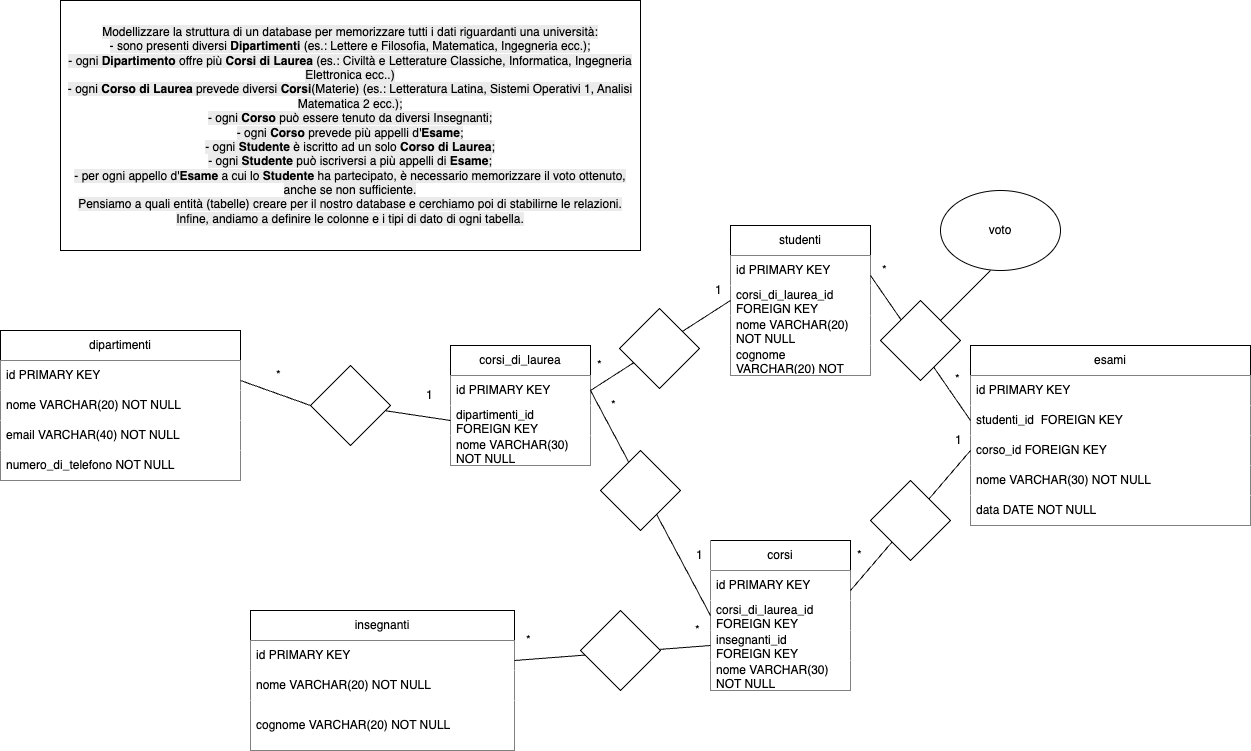
Earlier version of the draw.io export db-university.png (nicomanunta/db-university). Source tidied: cells renumbered, new cells last; positions are measured from the earlier drawing's top-left corner, leaving out a move shared by most shapes.
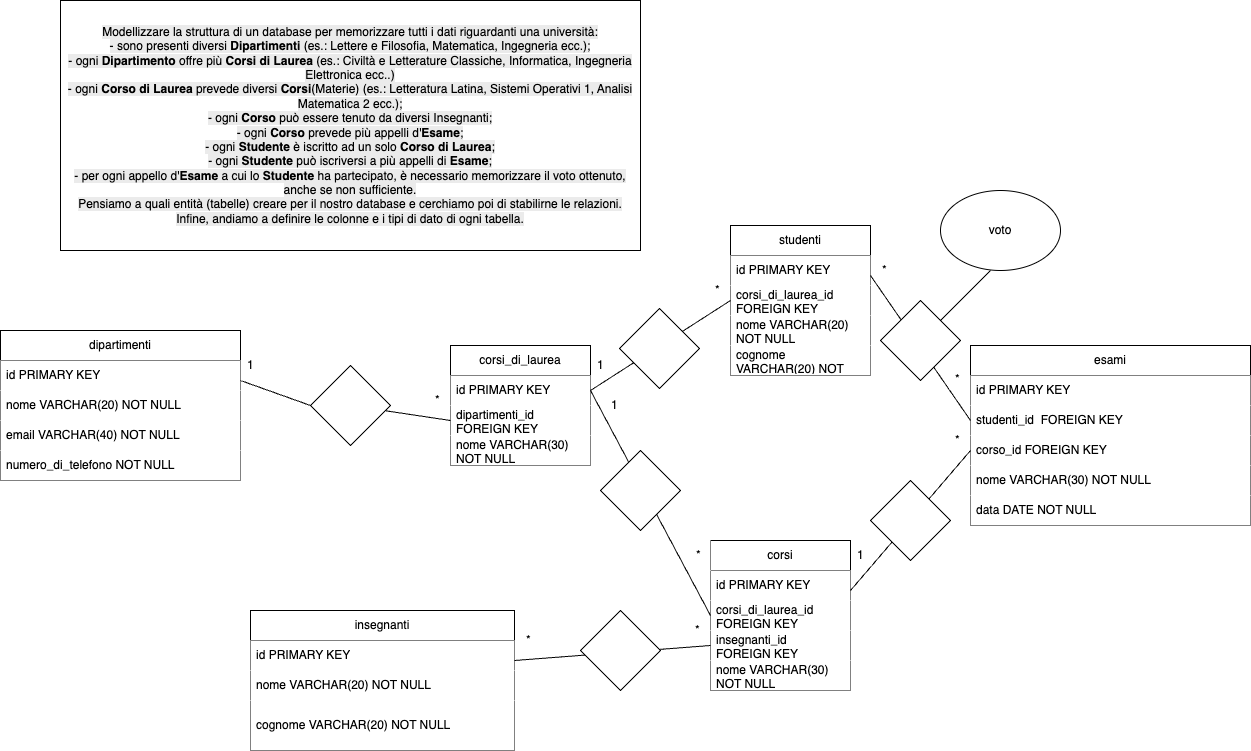
After the commit.

Commit message:
Correzioni, ESERCIZIO COMPLETATO

corrette le notazioni 1-N

Change to the diagram source:
```diff
@@ -114,17 +114,17 @@
     <mxCell id="37" style="rhombus;whiteSpace=wrap;html=1;" parent="1" vertex="1">
       <mxGeometry x="310" y="365" width="80" height="80" as="geometry" />
     </mxCell>
-    <mxCell id="38" value="1" style="text;strokeColor=none;fillColor=#FFFFFF;align=left;verticalAlign=middle;spacingLeft=4;spacingRight=4;overflow=hidden;whiteSpace=wrap;html=1;" parent="1" vertex="1">
+    <mxCell id="38" value="*" style="text;strokeColor=none;fillColor=#FFFFFF;align=left;verticalAlign=middle;spacingLeft=4;spacingRight=4;overflow=hidden;whiteSpace=wrap;html=1;" parent="1" vertex="1">
       <mxGeometry x="709" y="280" width="20" height="20" as="geometry" />
     </mxCell>
     <mxCell id="39" value="*" style="text;strokeColor=none;fillColor=#FFFFFF;align=left;verticalAlign=middle;spacingLeft=4;spacingRight=4;overflow=hidden;whiteSpace=wrap;html=1;" parent="1" vertex="1">
       <mxGeometry x="949" y="369" width="20" height="20" as="geometry" />
     </mxCell>
     <mxCell id="40" value="1" style="text;strokeColor=none;fillColor=#FFFFFF;align=left;verticalAlign=middle;spacingLeft=4;spacingRight=4;overflow=hidden;whiteSpace=wrap;html=1;" parent="1" vertex="1">
-      <mxGeometry x="420" y="380" width="20" height="30" as="geometry" />
+      <mxGeometry x="241" y="350" width="20" height="30" as="geometry" />
     </mxCell>
     <mxCell id="41" value="*" style="text;strokeColor=none;fillColor=#FFFFFF;align=left;verticalAlign=middle;spacingLeft=4;spacingRight=4;overflow=hidden;whiteSpace=wrap;html=1;" parent="1" vertex="1">
-      <mxGeometry x="270" y="360" width="20" height="30" as="geometry" />
+      <mxGeometry x="429" y="385" width="20" height="30" as="geometry" />
     </mxCell>
     <mxCell id="42" style="endArrow=none;html=1;rounded=0;exitX=0;exitY=0.5;exitDx=0;exitDy=0;" parent="1" edge="1" source="15">
       <mxGeometry relative="1" as="geometry">
@@ -134,10 +134,10 @@
     <mxCell id="43" style="rhombus;whiteSpace=wrap;html=1;" parent="1" vertex="1">
       <mxGeometry x="600" y="450" width="80" height="80" as="geometry" />
     </mxCell>
-    <mxCell id="44" value="1" style="text;strokeColor=none;fillColor=#FFFFFF;align=left;verticalAlign=middle;spacingLeft=4;spacingRight=4;overflow=hidden;whiteSpace=wrap;html=1;" parent="1" vertex="1">
+    <mxCell id="44" value="*" style="text;strokeColor=none;fillColor=#FFFFFF;align=left;verticalAlign=middle;spacingLeft=4;spacingRight=4;overflow=hidden;whiteSpace=wrap;html=1;" parent="1" vertex="1">
       <mxGeometry x="690" y="540" width="20" height="30" as="geometry" />
     </mxCell>
-    <mxCell id="45" value="*" style="text;strokeColor=none;fillColor=#FFFFFF;align=left;verticalAlign=middle;spacingLeft=4;spacingRight=4;overflow=hidden;whiteSpace=wrap;html=1;" parent="1" vertex="1">
+    <mxCell id="45" value="1" style="text;strokeColor=none;fillColor=#FFFFFF;align=left;verticalAlign=middle;spacingLeft=4;spacingRight=4;overflow=hidden;whiteSpace=wrap;html=1;" parent="1" vertex="1">
       <mxGeometry x="605" y="395" width="20" height="20" as="geometry" />
     </mxCell>
     <mxCell id="46" style="endArrow=none;html=1;rounded=0;entryX=0;entryY=0.5;entryDx=0;entryDy=0;" parent="1" edge="1" target="16">
@@ -162,10 +162,10 @@
     <mxCell id="51" style="rhombus;whiteSpace=wrap;html=1;" parent="1" vertex="1">
       <mxGeometry x="870" y="480" width="80" height="80" as="geometry" />
     </mxCell>
-    <mxCell id="52" value="*" style="text;strokeColor=none;fillColor=#FFFFFF;align=left;verticalAlign=middle;spacingLeft=4;spacingRight=4;overflow=hidden;whiteSpace=wrap;html=1;" parent="1" vertex="1">
+    <mxCell id="52" value="1" style="text;strokeColor=none;fillColor=#FFFFFF;align=left;verticalAlign=middle;spacingLeft=4;spacingRight=4;overflow=hidden;whiteSpace=wrap;html=1;" parent="1" vertex="1">
       <mxGeometry x="851" y="545" width="20" height="20" as="geometry" />
     </mxCell>
-    <mxCell id="53" value="1" style="text;strokeColor=none;fillColor=#FFFFFF;align=left;verticalAlign=middle;spacingLeft=4;spacingRight=4;overflow=hidden;whiteSpace=wrap;html=1;" parent="1" vertex="1">
+    <mxCell id="53" value="*" style="text;strokeColor=none;fillColor=#FFFFFF;align=left;verticalAlign=middle;spacingLeft=4;spacingRight=4;overflow=hidden;whiteSpace=wrap;html=1;" parent="1" vertex="1">
       <mxGeometry x="949" y="430" width="20" height="20" as="geometry" />
     </mxCell>
     <mxCell id="54" style="endArrow=none;html=1;rounded=0;entryX=0;entryY=0.5;entryDx=0;entryDy=0;" parent="1" edge="1" target="22">
@@ -188,7 +188,7 @@
     <mxCell id="58" value="*" style="text;strokeColor=none;fillColor=#FFFFFF;align=left;verticalAlign=middle;spacingLeft=4;spacingRight=4;overflow=hidden;whiteSpace=wrap;html=1;" parent="1" vertex="1">
       <mxGeometry x="876" y="260" width="20" height="20" as="geometry" />
     </mxCell>
-    <mxCell id="59" value="*" style="text;strokeColor=none;fillColor=#FFFFFF;align=left;verticalAlign=middle;spacingLeft=4;spacingRight=4;overflow=hidden;whiteSpace=wrap;html=1;" parent="1" vertex="1">
+    <mxCell id="59" value="1" style="text;strokeColor=none;fillColor=#FFFFFF;align=left;verticalAlign=middle;spacingLeft=4;spacingRight=4;overflow=hidden;whiteSpace=wrap;html=1;" parent="1" vertex="1">
       <mxGeometry x="591" y="355" width="20" height="20" as="geometry" />
     </mxCell>
   </root>
```
